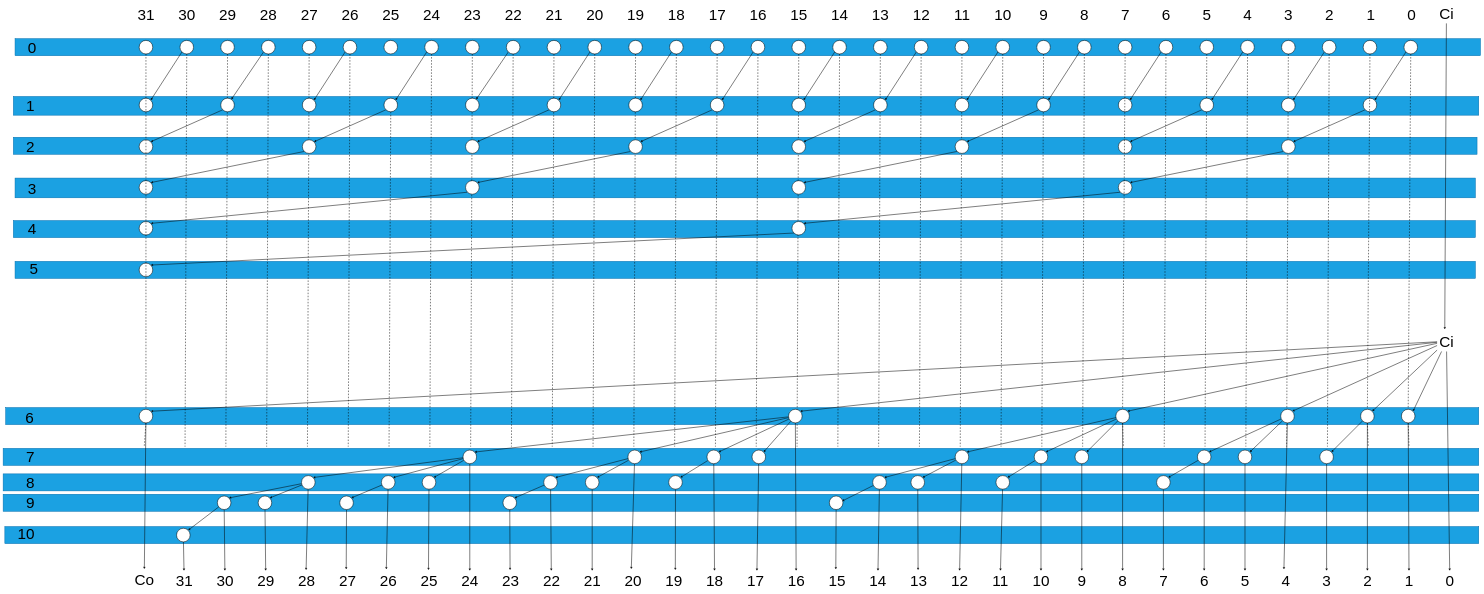
Earlier version of the draw.io diagram page "Page-4" (2 of 6) of figures/BrentKungAdder.drawio (cuongdp2k2/BLU). Source tidied: cells renumbered, new cells numbered last; positions are measured from the earlier drawing's top-left corner, leaving out a move shared by most shapes. Both pictures are drawn from the tidied source at 17%, with x=0, y=0 at pixel (3, 3).
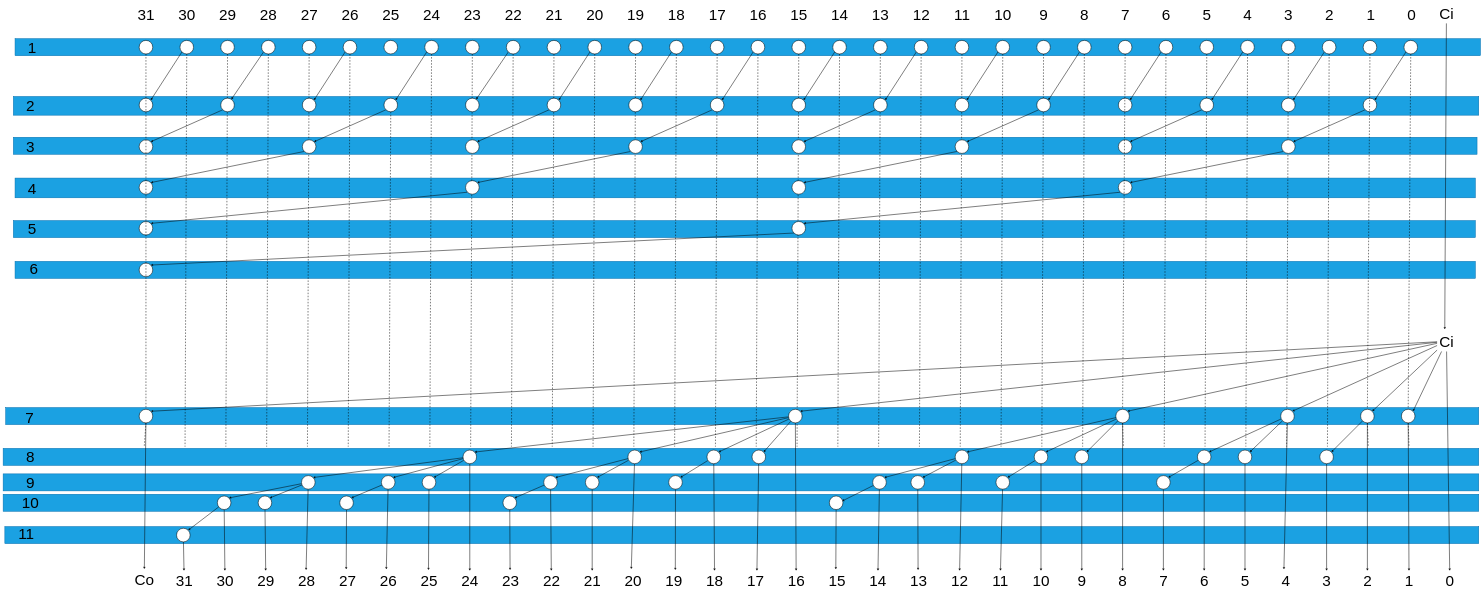
The same diagram, later.

The edit, as a diff of the source:
```diff
@@
-    <mxCell id="306" value="0" style="text;html=1;align=center;verticalAlign=middle;strokeColor=none;fillColor=none;fontSize=90;strokeWidth=3;" parent="1" vertex="1">
+    <mxCell id="306" value="1" style="text;html=1;align=center;verticalAlign=middle;strokeColor=none;fillColor=none;fontSize=90;strokeWidth=3;" parent="1" vertex="1">
       <mxGeometry x="135" y="205" width="70" height="120" as="geometry" />
     </mxCell>
-    <mxCell id="307" value="1" style="text;html=1;align=center;verticalAlign=middle;strokeColor=none;fillColor=none;fontSize=90;strokeWidth=3;" parent="1" vertex="1">
+    <mxCell id="307" value="2" style="text;html=1;align=center;verticalAlign=middle;strokeColor=none;fillColor=none;fontSize=90;strokeWidth=3;" parent="1" vertex="1">
       <mxGeometry x="125" y="545" width="70" height="120" as="geometry" />
     </mxCell>
-    <mxCell id="308" value="2" style="text;html=1;align=center;verticalAlign=middle;strokeColor=none;fillColor=none;fontSize=90;strokeWidth=3;" parent="1" vertex="1">
+    <mxCell id="308" value="3" style="text;html=1;align=center;verticalAlign=middle;strokeColor=none;fillColor=none;fontSize=90;strokeWidth=3;" parent="1" vertex="1">
       <mxGeometry x="125" y="785" width="70" height="120" as="geometry" />
     </mxCell>
-    <mxCell id="309" value="3" style="text;html=1;align=center;verticalAlign=middle;strokeColor=none;fillColor=none;fontSize=90;strokeWidth=3;" parent="1" vertex="1">
+    <mxCell id="309" value="4" style="text;html=1;align=center;verticalAlign=middle;strokeColor=none;fillColor=none;fontSize=90;strokeWidth=3;" parent="1" vertex="1">
       <mxGeometry x="135" y="1030" width="70" height="120" as="geometry" />
     </mxCell>
-    <mxCell id="310" value="4" style="text;html=1;align=center;verticalAlign=middle;strokeColor=none;fillColor=none;fontSize=90;strokeWidth=3;" parent="1" vertex="1">
+    <mxCell id="310" value="5" style="text;html=1;align=center;verticalAlign=middle;strokeColor=none;fillColor=none;fontSize=90;strokeWidth=3;" parent="1" vertex="1">
       <mxGeometry x="135" y="1265" width="70" height="120" as="geometry" />
     </mxCell>
-    <mxCell id="311" value="5" style="text;html=1;align=center;verticalAlign=middle;strokeColor=none;fillColor=none;fontSize=90;strokeWidth=3;" parent="1" vertex="1">
+    <mxCell id="311" value="6" style="text;html=1;align=center;verticalAlign=middle;strokeColor=none;fillColor=none;fontSize=90;strokeWidth=3;" parent="1" vertex="1">
       <mxGeometry x="145" y="1500" width="70" height="120" as="geometry" />
     </mxCell>
-    <mxCell id="312" value="6" style="text;html=1;align=center;verticalAlign=middle;strokeColor=none;fillColor=none;fontSize=90;strokeWidth=3;" parent="1" vertex="1">
+    <mxCell id="312" value="7" style="text;html=1;align=center;verticalAlign=middle;strokeColor=none;fillColor=none;fontSize=90;strokeWidth=3;" parent="1" vertex="1">
       <mxGeometry x="120" y="2380" width="70" height="120" as="geometry" />
     </mxCell>
-    <mxCell id="313" value="7" style="text;html=1;align=center;verticalAlign=middle;strokeColor=none;fillColor=none;fontSize=90;strokeWidth=3;" parent="1" vertex="1">
+    <mxCell id="313" value="8" style="text;html=1;align=center;verticalAlign=middle;strokeColor=none;fillColor=none;fontSize=90;strokeWidth=3;" parent="1" vertex="1">
       <mxGeometry x="125" y="2610" width="70" height="120" as="geometry" />
     </mxCell>
-    <mxCell id="314" value="8" style="text;html=1;align=center;verticalAlign=middle;strokeColor=none;fillColor=none;fontSize=90;strokeWidth=3;" parent="1" vertex="1">
+    <mxCell id="314" value="9" style="text;html=1;align=center;verticalAlign=middle;strokeColor=none;fillColor=none;fontSize=90;strokeWidth=3;" parent="1" vertex="1">
       <mxGeometry x="125" y="2760" width="70" height="120" as="geometry" />
     </mxCell>
-    <mxCell id="315" value="9" style="text;html=1;align=center;verticalAlign=middle;strokeColor=none;fillColor=none;fontSize=90;strokeWidth=3;" parent="1" vertex="1">
-      <mxGeometry x="125" y="2880" width="70" height="120" as="geometry" />
+    <mxCell id="315" value="10" style="text;html=1;align=center;verticalAlign=middle;strokeColor=none;fillColor=none;fontSize=90;strokeWidth=3;" parent="1" vertex="1">
+      <mxGeometry x="100" y="2880" width="120" height="120" as="geometry" />
     </mxCell>
-    <mxCell id="316" value="10" style="text;html=1;align=center;verticalAlign=middle;strokeColor=none;fillColor=none;fontSize=90;strokeWidth=3;" parent="1" vertex="1">
+    <mxCell id="316" value="11" style="text;html=1;align=center;verticalAlign=middle;strokeColor=none;fillColor=none;fontSize=90;strokeWidth=3;" parent="1" vertex="1">
       <mxGeometry x="75" y="3060" width="120" height="120" as="geometry" />
     </mxCell>
```
